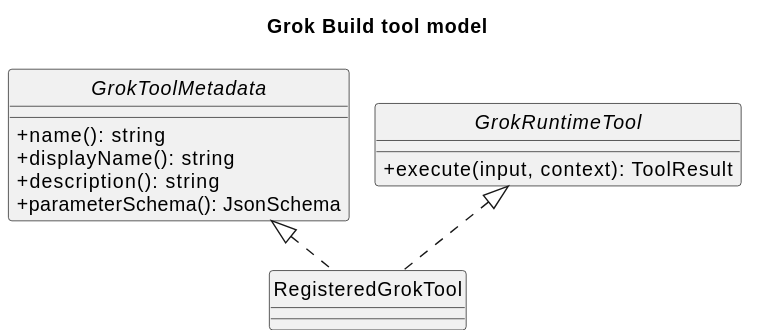
Above: config-to-tool-agent-research/grok_build_tool_model.svg in superheromeZzh/pi-mono-java-design (PlantUML), before the change. The source it was exported from:
```plantuml
@startuml
!pragma layout smetana
title Grok Build tool model
top to bottom direction
skinparam classAttributeIconSize 0
skinparam shadowing false
skinparam backgroundColor white
skinparam nodesep 30
skinparam ranksep 35
hide circle

interface GrokToolMetadata {
  +name(): string
  +displayName(): string
  +description(): string
  +parameterSchema(): JsonSchema
}
interface GrokRuntimeTool {
  +execute(input, context): ToolResult
}
class RegisteredGrokTool
GrokToolMetadata <|.down. RegisteredGrokTool
GrokRuntimeTool <|.down. RegisteredGrokTool
@enduml
```
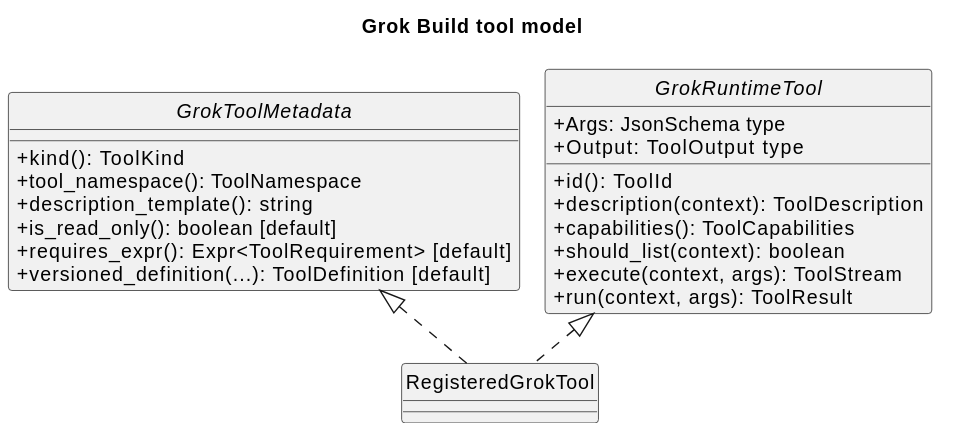
After the change.

Diff of the diagram source:
```diff
@@ -10,13 +10,22 @@
 hide circle
 
 interface GrokToolMetadata {
-  +name(): string
-  +displayName(): string
-  +description(): string
-  +parameterSchema(): JsonSchema
+  +kind(): ToolKind
+  +tool_namespace(): ToolNamespace
+  +description_template(): string
+  +is_read_only(): boolean [default]
+  +requires_expr(): Expr<ToolRequirement> [default]
+  +versioned_definition(...): ToolDefinition [default]
 }
 interface GrokRuntimeTool {
-  +execute(input, context): ToolResult
+  +Args: JsonSchema type
+  +Output: ToolOutput type
+  +id(): ToolId
+  +description(context): ToolDescription
+  +capabilities(): ToolCapabilities
+  +should_list(context): boolean
+  +execute(context, args): ToolStream
+  +run(context, args): ToolResult
 }
 class RegisteredGrokTool
 GrokToolMetadata <|.down. RegisteredGrokTool
```
